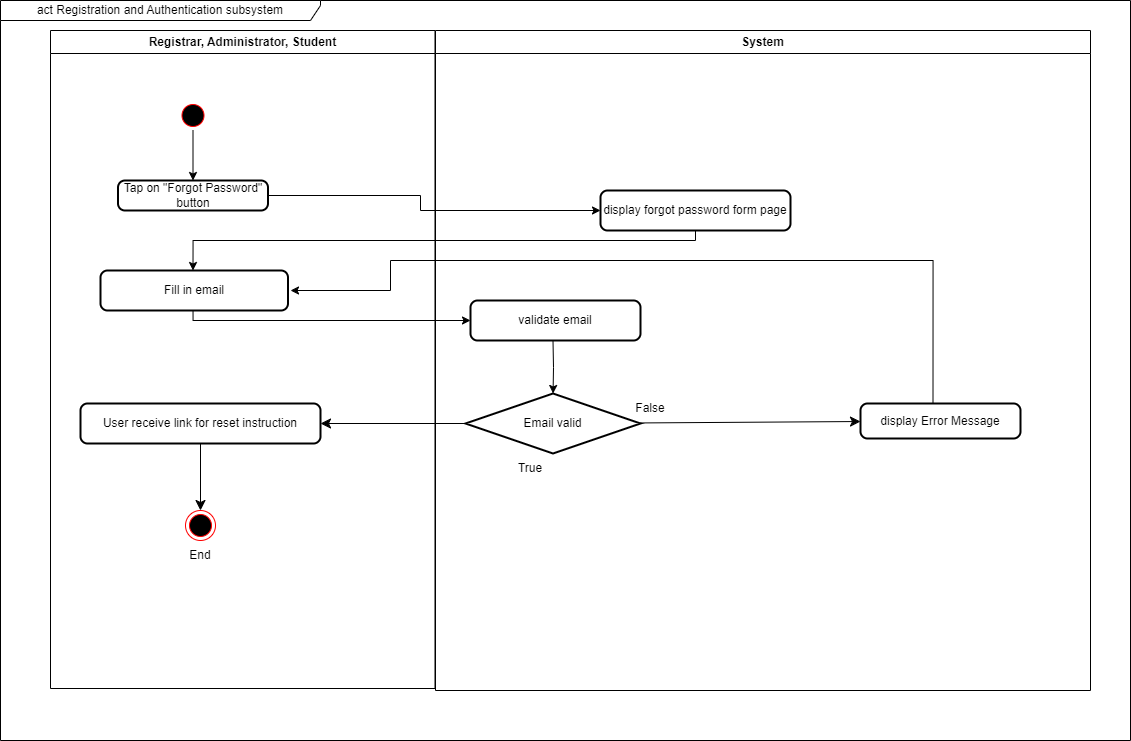
Earlier version of the draw.io export project/drawio/Alpha/ActivityDiagramForgotPassword.drawio.png (drshahizan/software-engineering). Source tidied: cells renumbered, new cells last; positions are measured from the earlier drawing's top-left corner, leaving out a move shared by most shapes.
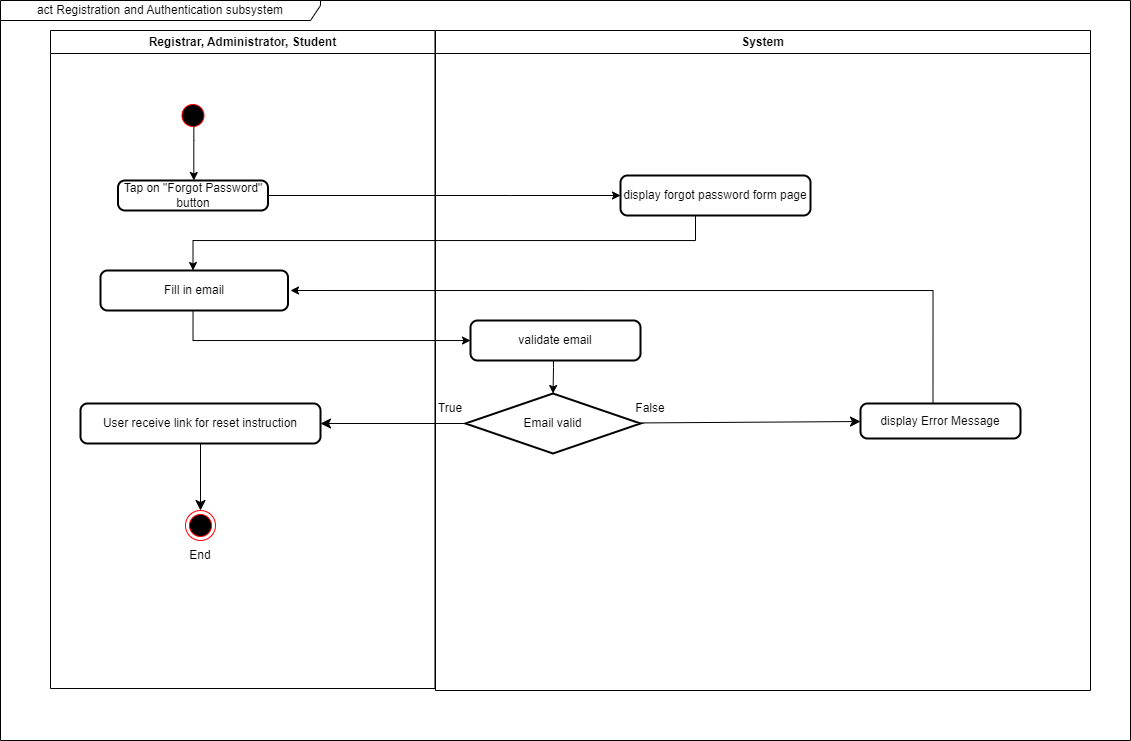
Later version of the same file.

Diff of the diagram source:
```diff
@@ -12,7 +12,7 @@
       <mxGeometry relative="1" as="geometry">
         <mxPoint x="142.5" y="280" as="sourcePoint" />
         <Array as="points">
-          <mxPoint x="143" y="290" />
+          <mxPoint x="143" y="310" />
         </Array>
       </mxGeometry>
     </mxCell>
@@ -28,7 +28,7 @@
       <mxGeometry x="30" y="363" width="175" height="60" as="geometry" />
     </mxCell>
     <mxCell id="8" value="True" style="text;html=1;strokeColor=none;fillColor=none;align=center;verticalAlign=middle;whiteSpace=wrap;rounded=0;" parent="5" vertex="1">
-      <mxGeometry x="65" y="423" width="60" height="30" as="geometry" />
+      <mxGeometry x="-15" y="363" width="60" height="30" as="geometry" />
     </mxCell>
     <mxCell id="9" value="False" style="text;html=1;strokeColor=none;fillColor=none;align=center;verticalAlign=middle;whiteSpace=wrap;rounded=0;" parent="5" vertex="1">
       <mxGeometry x="185" y="363" width="60" height="30" as="geometry" />
@@ -45,8 +45,8 @@
     <mxCell id="11" style="edgeStyle=orthogonalEdgeStyle;rounded=0;jettySize=auto;html=1;entryX=0;entryY=0.5;entryDx=0;entryDy=0;" parent="1" edge="1" source="14" target="23">
       <mxGeometry relative="1" as="geometry">
         <Array as="points">
-          <mxPoint x="420" y="195" />
-          <mxPoint x="420" y="210" />
+          <mxPoint x="510" y="195" />
+          <mxPoint x="510" y="195" />
         </Array>
       </mxGeometry>
     </mxCell>
@@ -55,9 +55,7 @@
         <mxPoint x="932.5" y="408" as="sourcePoint" />
         <mxPoint x="290" y="290" as="targetPoint" />
         <Array as="points">
-          <mxPoint x="932" y="260" />
-          <mxPoint x="390" y="260" />
-          <mxPoint x="390" y="290" />
+          <mxPoint x="933" y="290" />
         </Array>
       </mxGeometry>
     </mxCell>
@@ -67,8 +65,13 @@
     <mxCell id="14" value="Tap on &quot;Forgot Password&quot; button" style="rounded=1;whiteSpace=wrap;html=1;absoluteArcSize=1;arcSize=14;strokeWidth=2;" parent="1" vertex="1">
       <mxGeometry x="117.5" y="180" width="150" height="30" as="geometry" />
     </mxCell>
-    <mxCell id="15" style="edgeStyle=orthogonalEdgeStyle;rounded=0;jettySize=auto;html=1;" parent="1" edge="1" source="3" target="14">
-      <mxGeometry relative="1" as="geometry" />
+    <mxCell id="15" style="edgeStyle=orthogonalEdgeStyle;rounded=0;jettySize=auto;html=1;exitX=0.528;exitY=0.802;exitDx=0;exitDy=0;exitPerimeter=0;" parent="1" edge="1" source="3" target="14">
+      <mxGeometry relative="1" as="geometry">
+        <Array as="points">
+          <mxPoint x="193" y="140" />
+          <mxPoint x="193" y="140" />
+        </Array>
+      </mxGeometry>
     </mxCell>
     <mxCell id="16" value="Fill in email" style="rounded=1;whiteSpace=wrap;html=1;absoluteArcSize=1;arcSize=14;strokeWidth=2;" parent="1" vertex="1">
       <mxGeometry x="100" y="270" width="187.5" height="40" as="geometry" />
@@ -77,7 +80,7 @@
       <mxGeometry x="860" y="403" width="160" height="35" as="geometry" />
     </mxCell>
     <mxCell id="18" value="validate email" style="rounded=1;whiteSpace=wrap;html=1;absoluteArcSize=1;arcSize=14;strokeWidth=2;" parent="1" vertex="1">
-      <mxGeometry x="470" y="300" width="170" height="40" as="geometry" />
+      <mxGeometry x="470" y="320" width="170" height="40" as="geometry" />
     </mxCell>
     <mxCell id="19" style="edgeStyle=none;curved=1;rounded=0;jettySize=auto;html=1;entryX=0.5;entryY=0;entryDx=0;entryDy=0;fontSize=12;startSize=8;endSize=8;" parent="1" edge="1" source="20" target="22">
       <mxGeometry relative="1" as="geometry" />
@@ -92,7 +95,7 @@
       <mxGeometry x="185" y="510" width="30" height="30" as="geometry" />
     </mxCell>
     <mxCell id="23" value="display forgot password form page" style="rounded=1;whiteSpace=wrap;html=1;absoluteArcSize=1;arcSize=14;strokeWidth=2;" parent="1" vertex="1">
-      <mxGeometry x="600" y="190" width="190" height="40" as="geometry" />
+      <mxGeometry x="620" y="175" width="190" height="40" as="geometry" />
     </mxCell>
     <mxCell id="24" style="edgeStyle=none;curved=1;rounded=0;jettySize=auto;html=1;fontSize=12;startSize=8;endSize=8;" parent="1" edge="1" source="7" target="17">
       <mxGeometry relative="1" as="geometry" />
```
